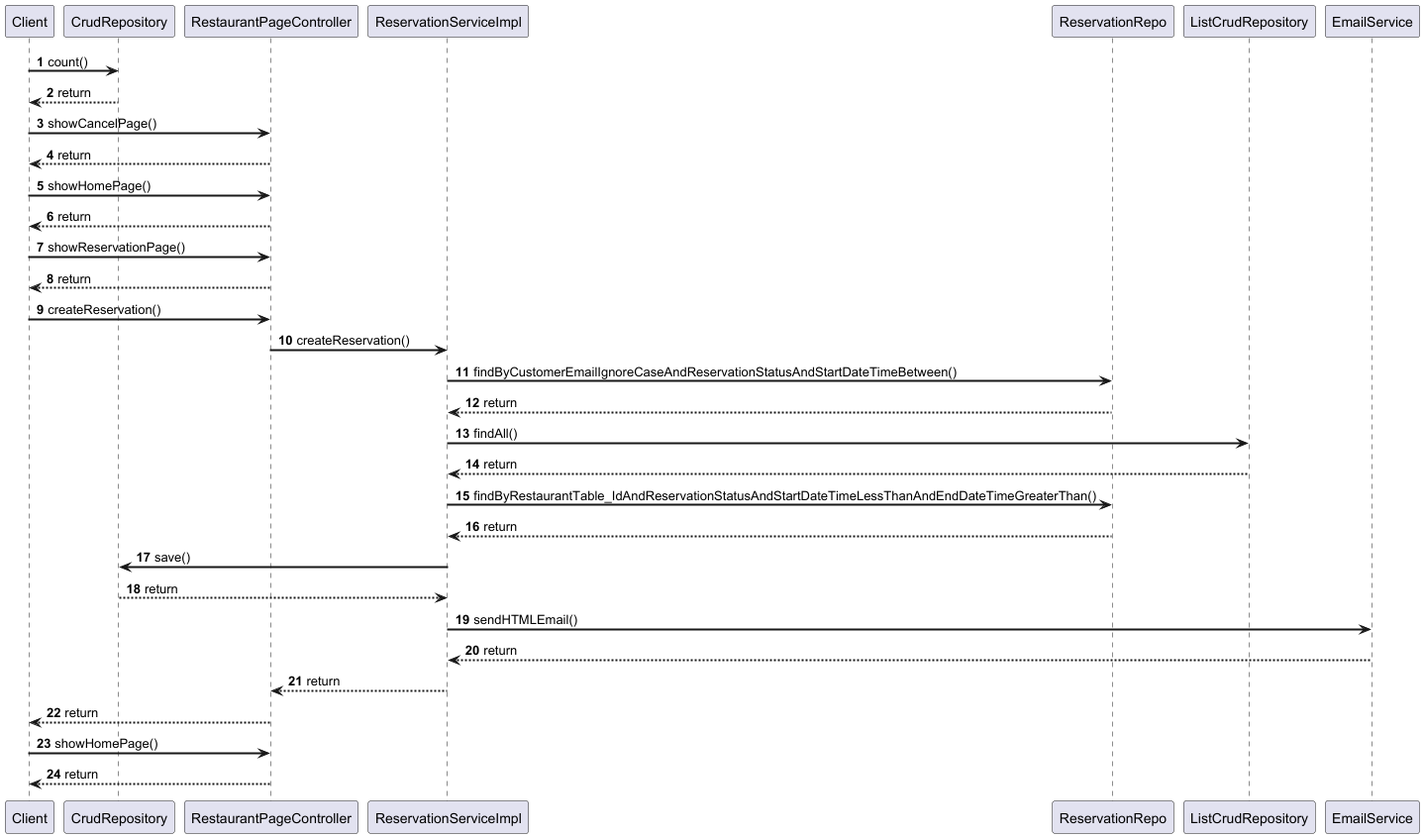
The PlantUML diagram src/docs/diagrams/create_reservation_sequence.png in TaniaNovikova/RestaurantApp, before a commit. Its diagram source:
```plantuml
@startuml
autonumber
skinparam sequenceArrowThickness 2

Client -> CrudRepository: count()
CrudRepository --> Client: return

Client -> RestaurantPageController: showCancelPage()
RestaurantPageController --> Client: return

Client -> RestaurantPageController: showHomePage()
RestaurantPageController --> Client: return

Client -> RestaurantPageController: showReservationPage()
RestaurantPageController --> Client: return

Client -> RestaurantPageController: createReservation()
RestaurantPageController -> ReservationServiceImpl: createReservation()
ReservationServiceImpl -> ReservationRepo: findByCustomerEmailIgnoreCaseAndReservationStatusAndStartDateTimeBetween()
ReservationRepo --> ReservationServiceImpl: return

ReservationServiceImpl -> ListCrudRepository: findAll()
ListCrudRepository --> ReservationServiceImpl: return

ReservationServiceImpl -> ReservationRepo: findByRestaurantTable_IdAndReservationStatusAndStartDateTimeLessThanAndEndDateTimeGreaterThan()
ReservationRepo --> ReservationServiceImpl: return

ReservationServiceImpl -> CrudRepository: save()
CrudRepository --> ReservationServiceImpl: return

ReservationServiceImpl -> EmailService: sendHTMLEmail()
EmailService --> ReservationServiceImpl: return

ReservationServiceImpl --> RestaurantPageController: return

RestaurantPageController --> Client: return

Client -> RestaurantPageController: showHomePage()
RestaurantPageController --> Client: return

@enduml
```
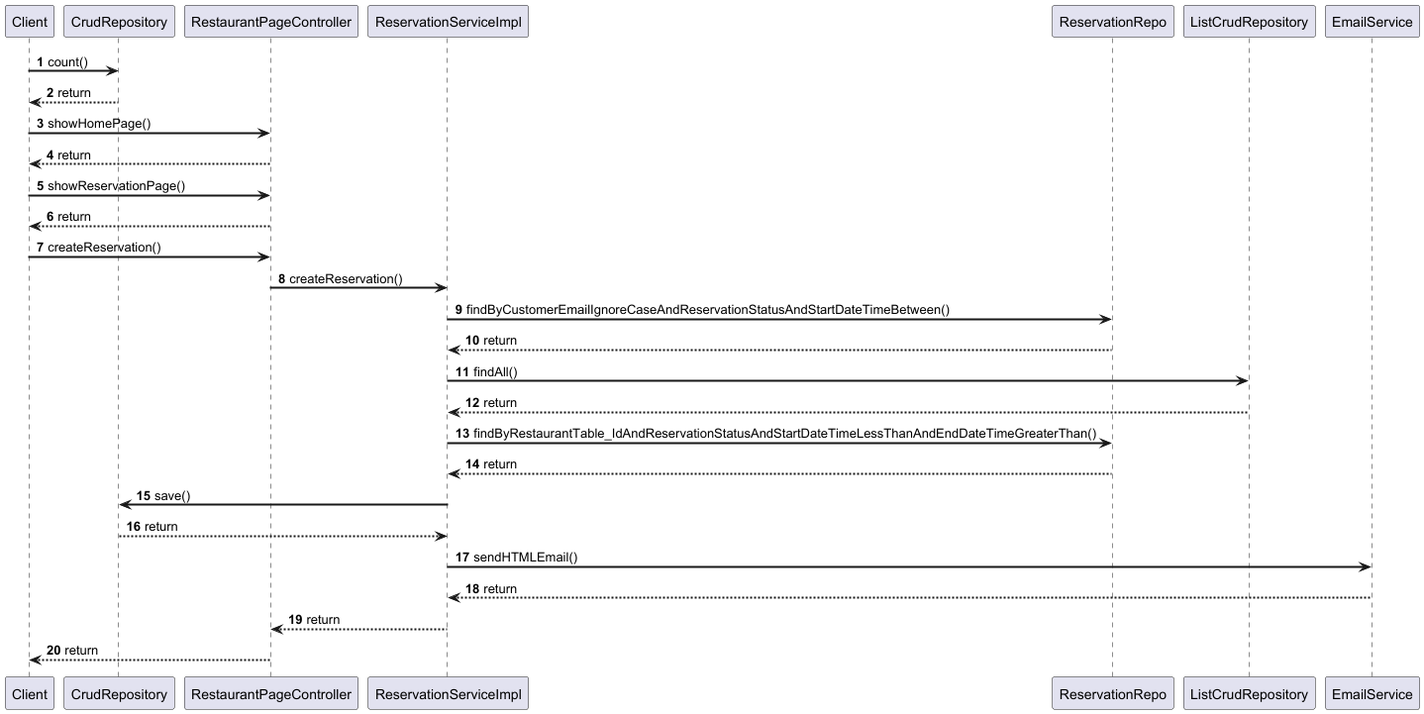
Later version of the same file.

Commit message:
fix sequence diagram

The edit, as a diff of the source:
```diff
@@ -4,9 +4,6 @@
 
 Client -> CrudRepository: count()
 CrudRepository --> Client: return
-
-Client -> RestaurantPageController: showCancelPage()
-RestaurantPageController --> Client: return
 
 Client -> RestaurantPageController: showHomePage()
 RestaurantPageController --> Client: return
@@ -35,7 +32,4 @@
 
 RestaurantPageController --> Client: return
 
-Client -> RestaurantPageController: showHomePage()
-RestaurantPageController --> Client: return
-
 @enduml
```
